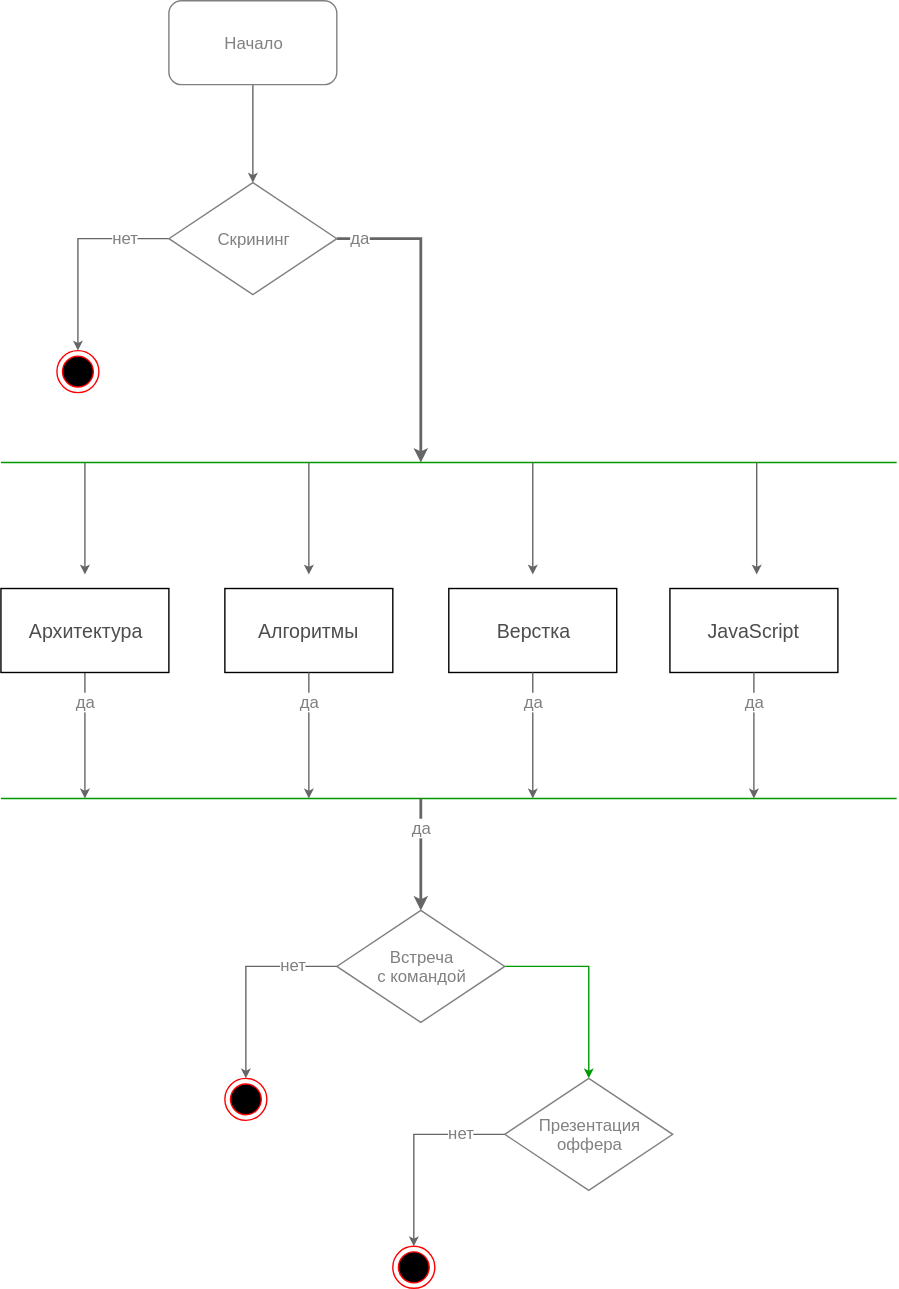
Before: yandex-hiring.svg, a diagram exported from draw.io (ajile/draw-io). Source tidied: cells renumbered, new cells last; positions are measured from the earlier drawing's top-left corner, leaving out a move shared by most shapes. The source it was exported from:
```xml
<mxGraphModel background="#ffffff">
  <root>
    <mxCell id="0" />
    <mxCell id="1" parent="0" />
    <mxCell id="2" style="edgeStyle=orthogonalEdgeStyle;curved=1;rounded=0;html=1;entryX=0.5;entryY=0;startSize=4;endArrow=classic;endFill=1;endSize=4;jettySize=auto;strokeColor=#666666;strokeWidth=1;fontSize=12;fontColor=#808080;" parent="1" edge="1" source="3" target="8">
      <mxGeometry relative="1" as="geometry" />
    </mxCell>
    <mxCell id="3" value="Начало" style="rounded=1;whiteSpace=wrap;html=1;strokeColor=#808080;fontSize=12;fontColor=#808080;align=center;" parent="1" vertex="1">
      <mxGeometry x="120" width="120" height="60" as="geometry" />
    </mxCell>
    <mxCell id="4" style="edgeStyle=orthogonalEdgeStyle;rounded=0;html=1;entryX=0.5;entryY=0;startSize=4;endArrow=classic;endFill=1;endSize=4;jettySize=auto;strokeColor=#666666;strokeWidth=1;fontSize=12;fontColor=#808080;exitX=0;exitY=0.5;" parent="1" edge="1" source="8" target="9">
      <mxGeometry relative="1" as="geometry" />
    </mxCell>
    <mxCell id="5" value="нет" style="text;html=1;align=center;verticalAlign=middle;labelBackgroundColor=#ffffff;fontSize=12;fontColor=#808080;" parent="4" vertex="1">
      <mxGeometry x="-0.26" relative="1" as="geometry">
        <mxPoint x="22" y="-2" as="offset" />
      </mxGeometry>
    </mxCell>
    <mxCell id="6" style="edgeStyle=orthogonalEdgeStyle;rounded=0;html=1;startSize=4;endArrow=classic;endFill=1;endSize=4;jettySize=auto;strokeColor=#666666;strokeWidth=2;fontSize=12;fontColor=#808080;exitX=1;exitY=0.5;" parent="1" edge="1" source="8">
      <mxGeometry relative="1" as="geometry">
        <mxPoint x="300" y="330" as="targetPoint" />
      </mxGeometry>
    </mxCell>
    <mxCell id="7" value="да" style="text;html=1;align=center;verticalAlign=middle;labelBackgroundColor=#ffffff;fontSize=12;fontColor=#808080;" parent="6" vertex="1">
      <mxGeometry x="-0.83" relative="1" as="geometry">
        <mxPoint x="-2" y="-2" as="offset" />
      </mxGeometry>
    </mxCell>
    <mxCell id="8" value="&lt;div style=&quot;text-align: center&quot;&gt;&lt;span&gt;Скрининг&lt;/span&gt;&lt;/div&gt;" style="rhombus;whiteSpace=wrap;html=1;strokeColor=#808080;fontSize=12;fontColor=#808080;align=center;" parent="1" vertex="1">
      <mxGeometry x="120" y="130" width="120" height="80" as="geometry" />
    </mxCell>
    <mxCell id="9" style="ellipse;html=1;shape=endState;fillColor=#000000;strokeColor=#ff0000;fontSize=12;fontColor=#808080;align=center;" parent="1" vertex="1">
      <mxGeometry x="40" y="250" width="30" height="30" as="geometry" />
    </mxCell>
    <mxCell id="10" style="endArrow=none;html=1;strokeColor=#009900;strokeWidth=1;fontSize=36;fontColor=#4579AD;" parent="1" edge="1">
      <mxGeometry relative="1" as="geometry">
        <mxPoint y="330" as="sourcePoint" />
        <mxPoint x="640" y="330" as="targetPoint" />
      </mxGeometry>
    </mxCell>
    <mxCell id="11" style="edgeStyle=orthogonalEdgeStyle;rounded=0;html=1;entryX=0.5;entryY=0;startSize=4;endArrow=classic;endFill=1;endSize=4;jettySize=auto;orthogonalLoop=1;strokeColor=#666666;strokeWidth=1;fontSize=12;fontColor=#808080;" parent="1" edge="1">
      <mxGeometry relative="1" as="geometry">
        <mxPoint x="60" y="330" as="sourcePoint" />
        <mxPoint x="60" y="410" as="targetPoint" />
      </mxGeometry>
    </mxCell>
    <mxCell id="12" style="edgeStyle=orthogonalEdgeStyle;rounded=0;html=1;entryX=0.5;entryY=0;startSize=4;endArrow=classic;endFill=1;endSize=4;jettySize=auto;orthogonalLoop=1;strokeColor=#666666;strokeWidth=1;fontSize=12;fontColor=#808080;" parent="1" edge="1">
      <mxGeometry relative="1" as="geometry">
        <mxPoint x="220" y="330" as="sourcePoint" />
        <mxPoint x="220" y="410" as="targetPoint" />
      </mxGeometry>
    </mxCell>
    <mxCell id="13" style="edgeStyle=orthogonalEdgeStyle;rounded=0;html=1;entryX=0.5;entryY=0;startSize=4;endArrow=classic;endFill=1;endSize=4;jettySize=auto;orthogonalLoop=1;strokeColor=#666666;strokeWidth=1;fontSize=12;fontColor=#808080;" parent="1" edge="1">
      <mxGeometry relative="1" as="geometry">
        <mxPoint x="380" y="330" as="sourcePoint" />
        <mxPoint x="380" y="410" as="targetPoint" />
      </mxGeometry>
    </mxCell>
    <mxCell id="14" style="edgeStyle=orthogonalEdgeStyle;rounded=0;html=1;entryX=0.5;entryY=0;startSize=4;endArrow=classic;endFill=1;endSize=4;jettySize=auto;orthogonalLoop=1;strokeColor=#666666;strokeWidth=1;fontSize=12;fontColor=#808080;" parent="1" edge="1">
      <mxGeometry relative="1" as="geometry">
        <mxPoint x="540" y="330" as="sourcePoint" />
        <mxPoint x="540" y="410" as="targetPoint" />
      </mxGeometry>
    </mxCell>
    <mxCell id="15" style="endArrow=none;html=1;strokeColor=#009900;strokeWidth=1;fontSize=36;fontColor=#4579AD;" parent="1" edge="1">
      <mxGeometry relative="1" as="geometry">
        <mxPoint y="570" as="sourcePoint" />
        <mxPoint x="640" y="570" as="targetPoint" />
      </mxGeometry>
    </mxCell>
    <mxCell id="16" style="edgeStyle=orthogonalEdgeStyle;rounded=0;html=1;startSize=4;endArrow=classic;endFill=1;endSize=4;jettySize=auto;strokeColor=#666666;strokeWidth=1;fontSize=12;fontColor=#808080;exitX=0.5;exitY=1;" parent="1" edge="1" source="18">
      <mxGeometry relative="1" as="geometry">
        <mxPoint x="60" y="570" as="targetPoint" />
      </mxGeometry>
    </mxCell>
    <mxCell id="17" value="да" style="text;html=1;align=center;verticalAlign=middle;labelBackgroundColor=#ffffff;fontSize=12;fontColor=#808080;" parent="16" vertex="1">
      <mxGeometry x="-0.26" relative="1" as="geometry">
        <mxPoint y="-13" as="offset" />
      </mxGeometry>
    </mxCell>
    <mxCell id="18" value="Архитектура" style="rounded=0;whiteSpace=wrap;html=1;shadow=0;glass=0;labelBackgroundColor=none;strokeColor=#000000;fillColor=none;gradientColor=none;fontSize=14;fontColor=#4D4D4D;align=center;" parent="1" vertex="1">
      <mxGeometry y="420" width="120" height="60" as="geometry" />
    </mxCell>
    <mxCell id="19" value="Алгоритмы" style="rounded=0;whiteSpace=wrap;html=1;shadow=0;glass=0;labelBackgroundColor=none;strokeColor=#000000;fillColor=none;gradientColor=none;fontSize=14;fontColor=#4D4D4D;align=center;" parent="1" vertex="1">
      <mxGeometry x="160" y="420" width="120" height="60" as="geometry" />
    </mxCell>
    <mxCell id="20" value="&lt;span&gt;Верстка&lt;/span&gt;" style="rounded=0;whiteSpace=wrap;html=1;shadow=0;glass=0;labelBackgroundColor=none;strokeColor=#000000;fillColor=none;gradientColor=none;fontSize=14;fontColor=#4D4D4D;align=center;" parent="1" vertex="1">
      <mxGeometry x="320" y="420" width="120" height="60" as="geometry" />
    </mxCell>
    <mxCell id="21" value="&lt;span&gt;JavaScript&lt;/span&gt;&lt;br&gt;" style="rounded=0;whiteSpace=wrap;html=1;shadow=0;glass=0;labelBackgroundColor=none;strokeColor=#000000;fillColor=none;gradientColor=none;fontSize=14;fontColor=#4D4D4D;align=center;" parent="1" vertex="1">
      <mxGeometry x="478" y="420" width="120" height="60" as="geometry" />
    </mxCell>
    <mxCell id="22" style="edgeStyle=orthogonalEdgeStyle;rounded=0;html=1;startSize=4;endArrow=classic;endFill=1;endSize=4;jettySize=auto;orthogonalLoop=1;strokeColor=#666666;strokeWidth=1;fontSize=12;fontColor=#808080;exitX=0.5;exitY=1;" parent="1" edge="1">
      <mxGeometry relative="1" as="geometry">
        <mxPoint x="220" y="480" as="sourcePoint" />
        <mxPoint x="220" y="570" as="targetPoint" />
      </mxGeometry>
    </mxCell>
    <mxCell id="23" value="да" style="text;html=1;align=center;verticalAlign=middle;labelBackgroundColor=#ffffff;fontSize=12;fontColor=#808080;" parent="22" vertex="1">
      <mxGeometry x="-0.26" relative="1" as="geometry">
        <mxPoint y="-13" as="offset" />
      </mxGeometry>
    </mxCell>
    <mxCell id="24" style="edgeStyle=orthogonalEdgeStyle;rounded=0;html=1;startSize=4;endArrow=classic;endFill=1;endSize=4;jettySize=auto;orthogonalLoop=1;strokeColor=#666666;strokeWidth=1;fontSize=12;fontColor=#808080;exitX=0.5;exitY=1;" parent="1" edge="1">
      <mxGeometry relative="1" as="geometry">
        <mxPoint x="380" y="480" as="sourcePoint" />
        <mxPoint x="380" y="570" as="targetPoint" />
      </mxGeometry>
    </mxCell>
    <mxCell id="25" value="да" style="text;html=1;align=center;verticalAlign=middle;labelBackgroundColor=#ffffff;fontSize=12;fontColor=#808080;" parent="24" vertex="1">
      <mxGeometry x="-0.26" relative="1" as="geometry">
        <mxPoint y="-13" as="offset" />
      </mxGeometry>
    </mxCell>
    <mxCell id="26" style="edgeStyle=orthogonalEdgeStyle;rounded=0;html=1;startSize=4;endArrow=classic;endFill=1;endSize=4;jettySize=auto;orthogonalLoop=1;strokeColor=#666666;strokeWidth=1;fontSize=12;fontColor=#808080;exitX=0.5;exitY=1;" parent="1" edge="1">
      <mxGeometry relative="1" as="geometry">
        <mxPoint x="538" y="480" as="sourcePoint" />
        <mxPoint x="538" y="570" as="targetPoint" />
      </mxGeometry>
    </mxCell>
    <mxCell id="27" value="да" style="text;html=1;align=center;verticalAlign=middle;labelBackgroundColor=#ffffff;fontSize=12;fontColor=#808080;" parent="26" vertex="1">
      <mxGeometry x="-0.26" relative="1" as="geometry">
        <mxPoint y="-13" as="offset" />
      </mxGeometry>
    </mxCell>
    <mxCell id="28" style="edgeStyle=orthogonalEdgeStyle;rounded=0;html=1;startSize=4;endArrow=classic;endFill=1;endSize=4;jettySize=auto;orthogonalLoop=1;strokeColor=#666666;strokeWidth=2;fontSize=12;fontColor=#808080;" parent="1" edge="1">
      <mxGeometry relative="1" as="geometry">
        <mxPoint x="300" y="570" as="sourcePoint" />
        <mxPoint x="300" y="650" as="targetPoint" />
      </mxGeometry>
    </mxCell>
    <mxCell id="29" value="да" style="text;html=1;align=center;verticalAlign=middle;labelBackgroundColor=#ffffff;fontSize=12;fontColor=#808080;" parent="28" vertex="1">
      <mxGeometry x="-0.83" relative="1" as="geometry">
        <mxPoint y="13" as="offset" />
      </mxGeometry>
    </mxCell>
    <mxCell id="30" style="edgeStyle=orthogonalEdgeStyle;rounded=0;html=1;entryX=0.5;entryY=0;startSize=4;endArrow=classic;endFill=1;endSize=4;jettySize=auto;strokeColor=#009900;strokeWidth=1;fontSize=14;fontColor=#4D4D4D;exitX=1;exitY=0.5;" parent="1" edge="1" source="31" target="32">
      <mxGeometry relative="1" as="geometry">
        <Array as="points">
          <mxPoint x="420" y="690" />
        </Array>
      </mxGeometry>
    </mxCell>
    <mxCell id="31" value="&lt;div style=&quot;text-align: center&quot;&gt;&lt;span&gt;Встреча&lt;br&gt;с командой&lt;/span&gt;&lt;/div&gt;" style="rhombus;whiteSpace=wrap;html=1;strokeColor=#808080;fontSize=12;fontColor=#808080;align=center;" parent="1" vertex="1">
      <mxGeometry x="240" y="650" width="120" height="80" as="geometry" />
    </mxCell>
    <mxCell id="32" value="&lt;div style=&quot;text-align: center&quot;&gt;&lt;span&gt;Презентация&lt;br&gt;оффера&lt;/span&gt;&lt;/div&gt;" style="rhombus;whiteSpace=wrap;html=1;strokeColor=#808080;fontSize=12;fontColor=#808080;align=center;" parent="1" vertex="1">
      <mxGeometry x="360" y="770" width="120" height="80" as="geometry" />
    </mxCell>
    <mxCell id="33" style="ellipse;html=1;shape=endState;fillColor=#000000;strokeColor=#ff0000;fontSize=12;fontColor=#808080;align=center;" parent="1" vertex="1">
      <mxGeometry x="160" y="770" width="30" height="30" as="geometry" />
    </mxCell>
    <mxCell id="34" style="edgeStyle=orthogonalEdgeStyle;rounded=0;html=1;entryX=0.5;entryY=0;startSize=4;endArrow=classic;endFill=1;endSize=4;jettySize=auto;strokeColor=#666666;strokeWidth=1;fontSize=12;fontColor=#808080;" parent="1" edge="1" source="31" target="33">
      <mxGeometry relative="1" as="geometry">
        <Array as="points">
          <mxPoint x="175" y="690" />
        </Array>
      </mxGeometry>
    </mxCell>
    <mxCell id="35" value="нет" style="text;html=1;align=center;verticalAlign=middle;labelBackgroundColor=#ffffff;fontSize=12;fontColor=#808080;" parent="34" vertex="1">
      <mxGeometry x="-0.26" relative="1" as="geometry">
        <mxPoint x="22" y="-2" as="offset" />
      </mxGeometry>
    </mxCell>
    <mxCell id="36" style="edgeStyle=orthogonalEdgeStyle;rounded=0;html=1;entryX=0.5;entryY=0;startSize=4;endArrow=classic;endFill=1;endSize=4;jettySize=auto;strokeColor=#666666;strokeWidth=1;fontSize=12;fontColor=#808080;exitX=0;exitY=0.5;" parent="1" edge="1" source="32" target="38">
      <mxGeometry relative="1" as="geometry" />
    </mxCell>
    <mxCell id="37" value="нет" style="text;html=1;align=center;verticalAlign=middle;labelBackgroundColor=#ffffff;fontSize=12;fontColor=#808080;" parent="36" vertex="1">
      <mxGeometry x="-0.26" relative="1" as="geometry">
        <mxPoint x="22" y="-2" as="offset" />
      </mxGeometry>
    </mxCell>
    <mxCell id="38" style="ellipse;html=1;shape=endState;fillColor=#000000;strokeColor=#ff0000;fontSize=12;fontColor=#808080;align=center;" parent="1" vertex="1">
      <mxGeometry x="280" y="890" width="30" height="30" as="geometry" />
    </mxCell>
  </root>
</mxGraphModel>
```
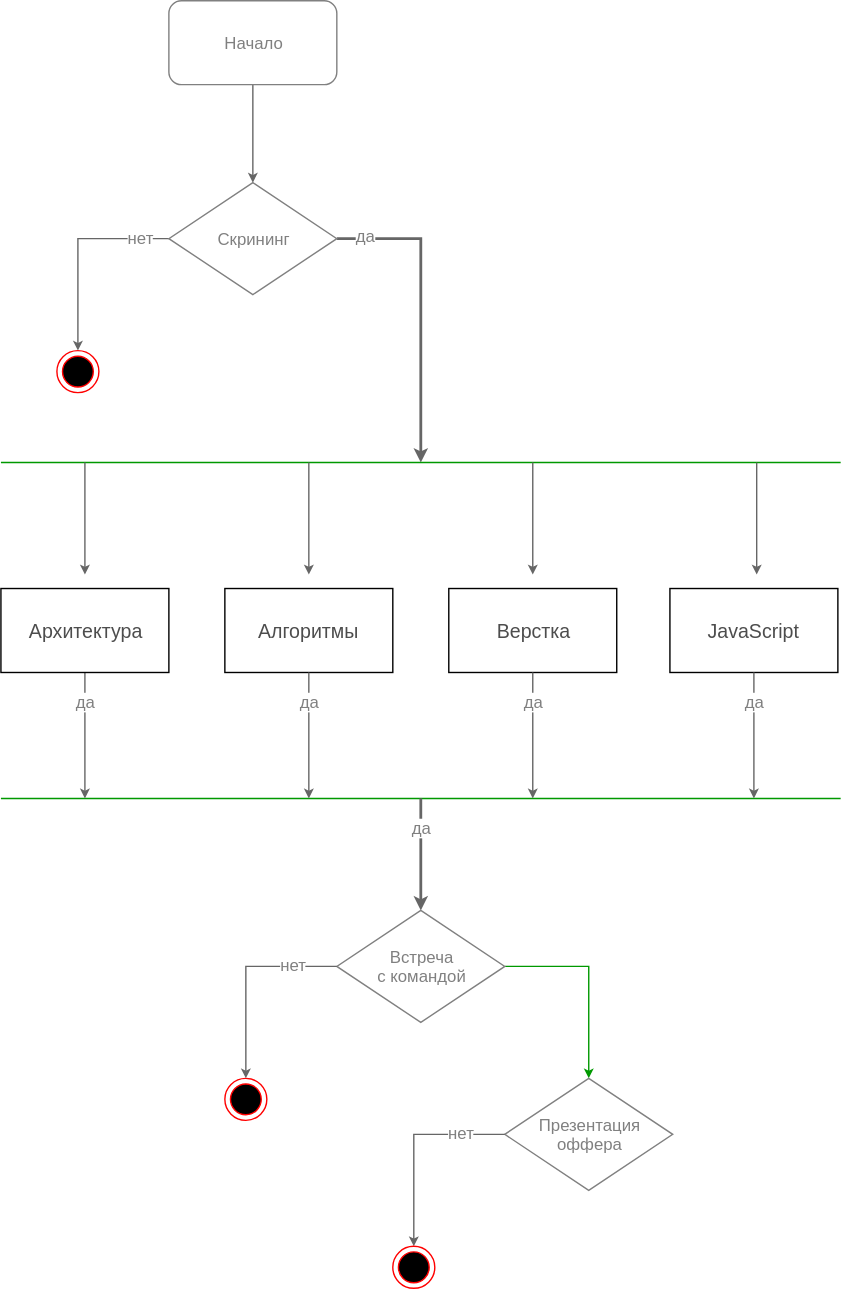
The same file after the commit.

What changed in the source:
```diff
@@ -11,9 +11,9 @@
     <mxCell id="4" style="edgeStyle=orthogonalEdgeStyle;rounded=0;html=1;entryX=0.5;entryY=0;startSize=4;endArrow=classic;endFill=1;endSize=4;jettySize=auto;strokeColor=#666666;strokeWidth=1;fontSize=12;fontColor=#808080;exitX=0;exitY=0.5;" parent="1" edge="1" source="8" target="9">
       <mxGeometry relative="1" as="geometry" />
     </mxCell>
-    <mxCell id="5" value="нет" style="text;html=1;align=center;verticalAlign=middle;labelBackgroundColor=#ffffff;fontSize=12;fontColor=#808080;" parent="4" vertex="1">
+    <mxCell id="5" value="нет" style="text;html=1;align=center;verticalAlign=middle;labelBackgroundColor=#ffffff;fontSize=12;fontColor=#808080;spacing=0;" parent="4" vertex="1">
       <mxGeometry x="-0.26" relative="1" as="geometry">
-        <mxPoint x="22" y="-2" as="offset" />
+        <mxPoint x="33" y="-2" as="offset" />
       </mxGeometry>
     </mxCell>
     <mxCell id="6" style="edgeStyle=orthogonalEdgeStyle;rounded=0;html=1;startSize=4;endArrow=classic;endFill=1;endSize=4;jettySize=auto;strokeColor=#666666;strokeWidth=2;fontSize=12;fontColor=#808080;exitX=1;exitY=0.5;" parent="1" edge="1" source="8">
@@ -23,7 +23,7 @@
     </mxCell>
     <mxCell id="7" value="да" style="text;html=1;align=center;verticalAlign=middle;labelBackgroundColor=#ffffff;fontSize=12;fontColor=#808080;" parent="6" vertex="1">
       <mxGeometry x="-0.83" relative="1" as="geometry">
-        <mxPoint x="-2" y="-2" as="offset" />
+        <mxPoint x="2" y="-3" as="offset" />
       </mxGeometry>
     </mxCell>
     <mxCell id="8" value="&lt;div style=&quot;text-align: center&quot;&gt;&lt;span&gt;Скрининг&lt;/span&gt;&lt;/div&gt;" style="rhombus;whiteSpace=wrap;html=1;strokeColor=#808080;fontSize=12;fontColor=#808080;align=center;" parent="1" vertex="1">
@@ -35,7 +35,7 @@
     <mxCell id="10" style="endArrow=none;html=1;strokeColor=#009900;strokeWidth=1;fontSize=36;fontColor=#4579AD;" parent="1" edge="1">
       <mxGeometry relative="1" as="geometry">
         <mxPoint y="330" as="sourcePoint" />
-        <mxPoint x="640" y="330" as="targetPoint" />
+        <mxPoint x="600" y="330" as="targetPoint" />
       </mxGeometry>
     </mxCell>
     <mxCell id="11" style="edgeStyle=orthogonalEdgeStyle;rounded=0;html=1;entryX=0.5;entryY=0;startSize=4;endArrow=classic;endFill=1;endSize=4;jettySize=auto;orthogonalLoop=1;strokeColor=#666666;strokeWidth=1;fontSize=12;fontColor=#808080;" parent="1" edge="1">
@@ -65,7 +65,7 @@
     <mxCell id="15" style="endArrow=none;html=1;strokeColor=#009900;strokeWidth=1;fontSize=36;fontColor=#4579AD;" parent="1" edge="1">
       <mxGeometry relative="1" as="geometry">
         <mxPoint y="570" as="sourcePoint" />
-        <mxPoint x="640" y="570" as="targetPoint" />
+        <mxPoint x="600" y="570" as="targetPoint" />
       </mxGeometry>
     </mxCell>
     <mxCell id="16" style="edgeStyle=orthogonalEdgeStyle;rounded=0;html=1;startSize=4;endArrow=classic;endFill=1;endSize=4;jettySize=auto;strokeColor=#666666;strokeWidth=1;fontSize=12;fontColor=#808080;exitX=0.5;exitY=1;" parent="1" edge="1" source="18">
```
